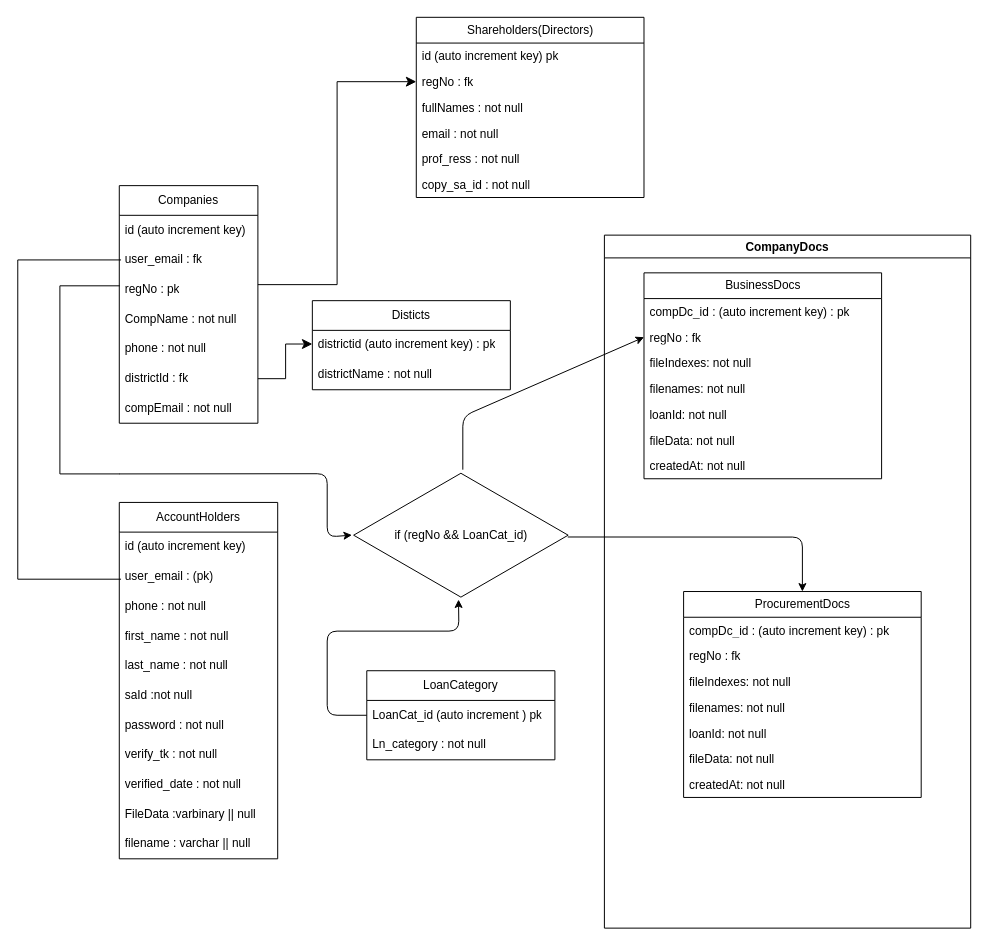
Above: database.drawio in FutureKgaphola/edfd_accounts (draw.io), before the change. Source tidied: cells renumbered, new cells numbered last; positions are measured from the earlier drawing's top-left corner, leaving out a move shared by most shapes. Both pictures are drawn from the tidied source at 99%, with x=0, y=0 at pixel (-91, 17).
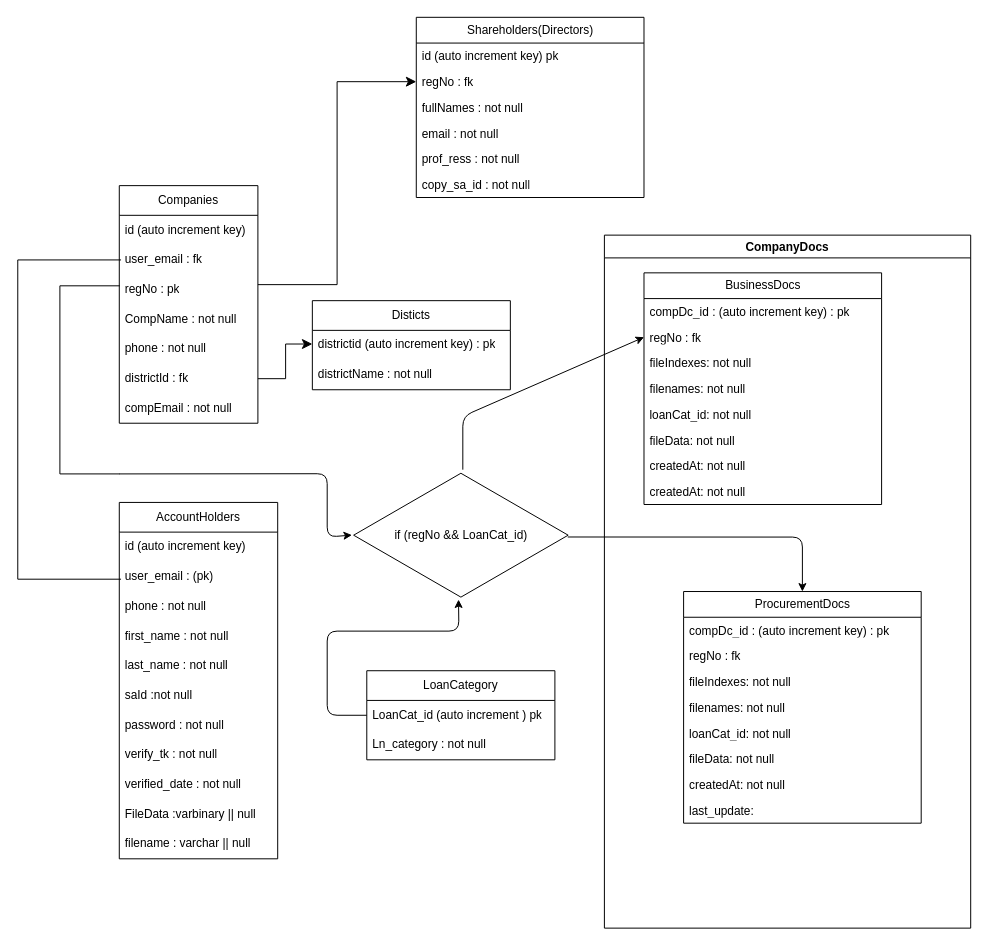
After the change.

Unchanged cells that the change refers to:
```xml
<mxCell id="41" value="CompanyDocs" style="swimlane;" parent="1" vertex="1">
  <mxGeometry x="702" y="220" width="370" height="700" as="geometry" />
</mxCell>
```

What changed in the source:
```diff
@@
     <mxCell id="42" value="BusinessDocs" style="swimlane;fontStyle=0;horizontal=1;startSize=26;fillColor=none;html=1;" parent="41" vertex="1">
-      <mxGeometry x="40" y="38.1" width="240" height="208" as="geometry" />
+      <mxGeometry x="40" y="38.1" width="240" height="234" as="geometry" />
     </mxCell>
@@
-    <mxCell id="47" value="loanId: not null&amp;nbsp;" style="text;strokeColor=none;fillColor=none;align=left;verticalAlign=top;spacingLeft=4;spacingRight=4;overflow=hidden;whiteSpace=wrap;html=1;" parent="42" vertex="1">
+    <mxCell id="47" value="loanCat_id: not null&amp;nbsp;" style="text;strokeColor=none;fillColor=none;align=left;verticalAlign=top;spacingLeft=4;spacingRight=4;overflow=hidden;whiteSpace=wrap;html=1;" parent="42" vertex="1">
       <mxGeometry y="130" width="240" height="26" as="geometry" />
     </mxCell>
@@
+    <mxCell id="61" value="createdAt: not null&amp;nbsp;" style="text;strokeColor=none;fillColor=none;align=left;verticalAlign=top;spacingLeft=4;spacingRight=4;overflow=hidden;whiteSpace=wrap;html=1;" parent="42" vertex="1">
+      <mxGeometry y="208" width="240" height="26" as="geometry" />
+    </mxCell>
     <mxCell id="50" value="ProcurementDocs" style="swimlane;fontStyle=0;horizontal=1;startSize=26;fillColor=none;html=1;" parent="41" vertex="1">
-      <mxGeometry x="80" y="360" width="240" height="208" as="geometry" />
+      <mxGeometry x="80" y="360" width="240" height="234" as="geometry" />
     </mxCell>
@@
-    <mxCell id="55" value="loanId: not null&amp;nbsp;" style="text;strokeColor=none;fillColor=none;align=left;verticalAlign=top;spacingLeft=4;spacingRight=4;overflow=hidden;whiteSpace=wrap;html=1;" parent="50" vertex="1">
+    <mxCell id="55" value="loanCat_id: not null&amp;nbsp;" style="text;strokeColor=none;fillColor=none;align=left;verticalAlign=top;spacingLeft=4;spacingRight=4;overflow=hidden;whiteSpace=wrap;html=1;" parent="50" vertex="1">
       <mxGeometry y="130" width="240" height="26" as="geometry" />
     </mxCell>
@@
+    <mxCell id="62" value="last_update:&amp;nbsp;&amp;nbsp;" style="text;strokeColor=none;fillColor=none;align=left;verticalAlign=top;spacingLeft=4;spacingRight=4;overflow=hidden;whiteSpace=wrap;html=1;" parent="50" vertex="1">
+      <mxGeometry y="208" width="240" height="26" as="geometry" />
+    </mxCell>
```
